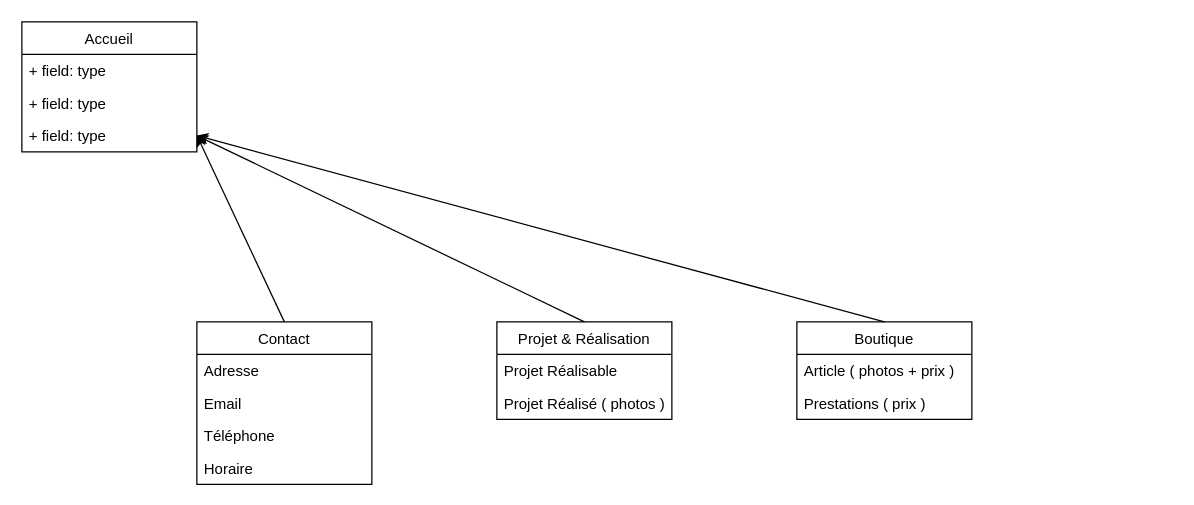
Above: plan_site.drawio in Harsisis/Auddino_pool_website (draw.io), before the change. Source tidied: cells renumbered, new cells numbered last; positions are measured from the earlier drawing's top-left corner, leaving out a move shared by most shapes. Both pictures are drawn from the tidied source at 125%, with x=0, y=0 at pixel (21, 21).
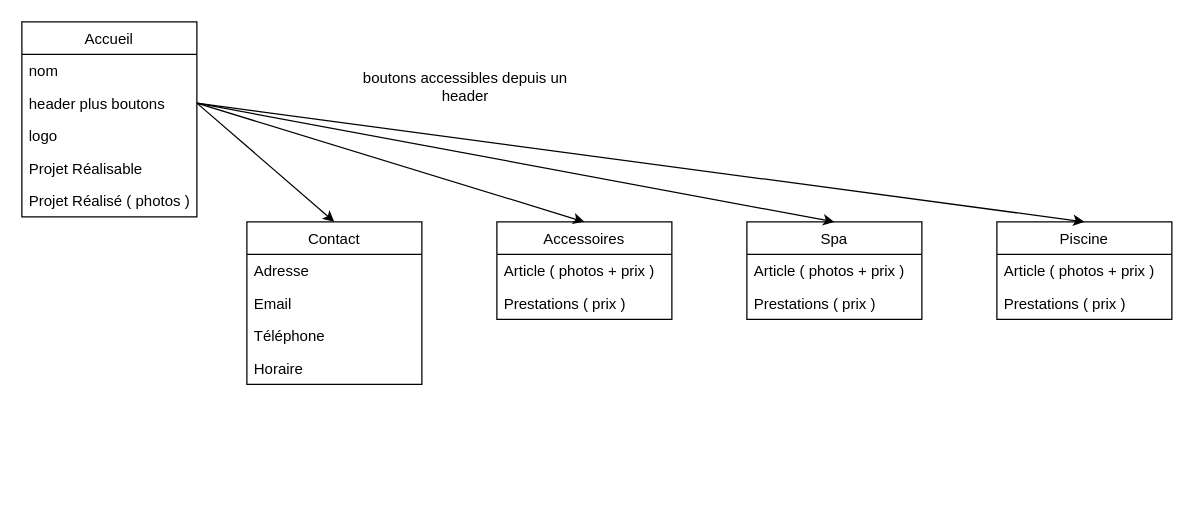
Above is the later version.

The edit, as a diff of the source:
```diff
@@
-    <mxCell id="2" style="endArrow=classic;html=1;exitX=0.5;exitY=0;exitDx=0;exitDy=0;entryX=1;entryY=0.5;entryDx=0;entryDy=0;" parent="1" edge="1" source="9" target="8">
+    <mxCell id="2" style="endArrow=classic;html=1;entryX=0.5;entryY=0;entryDx=0;entryDy=0;exitX=1;exitY=0.5;exitDx=0;exitDy=0;" parent="1" edge="1" source="8" target="9">
       <mxGeometry relative="1" as="geometry" />
     </mxCell>
-    <mxCell id="3" style="endArrow=classic;html=1;exitX=0.5;exitY=0;exitDx=0;exitDy=0;entryX=1;entryY=0.5;entryDx=0;entryDy=0;" parent="1" edge="1" source="14" target="8">
-      <mxGeometry relative="1" as="geometry" />
-    </mxCell>
-    <mxCell id="4" style="endArrow=classic;html=1;exitX=0.5;exitY=0;exitDx=0;exitDy=0;entryX=1;entryY=0.5;entryDx=0;entryDy=0;" parent="1" edge="1" source="17" target="8">
+    <mxCell id="4" style="endArrow=classic;html=1;exitX=1;exitY=0.5;exitDx=0;exitDy=0;entryX=0.5;entryY=0;entryDx=0;entryDy=0;" parent="1" edge="1" source="8" target="17">
       <mxGeometry relative="1" as="geometry" />
     </mxCell>
     <mxCell id="5" value="Accueil" style="swimlane;fontStyle=0;horizontal=1;startSize=26;fillColor=none;" parent="1" vertex="1">
-      <mxGeometry width="140" height="104" as="geometry" />
+      <mxGeometry width="140" height="156" as="geometry" />
     </mxCell>
-    <mxCell id="6" value="+ field: type" style="text;strokeColor=none;fillColor=none;align=left;verticalAlign=top;spacingLeft=4;spacingRight=4;overflow=hidden;" parent="5" vertex="1">
+    <mxCell id="6" value="nom" style="text;strokeColor=none;fillColor=none;align=left;verticalAlign=top;spacingLeft=4;spacingRight=4;overflow=hidden;" parent="5" vertex="1">
       <mxGeometry y="26" width="140" height="26" as="geometry" />
     </mxCell>
+    <mxCell id="8" value="header plus boutons" style="text;strokeColor=none;fillColor=none;align=left;verticalAlign=top;spacingLeft=4;spacingRight=4;overflow=hidden;points=[[0,0.5],[1,0.5]];portConstraint=eastwest;" parent="5" vertex="1">
+      <mxGeometry y="52" width="140" height="26" as="geometry" />
+    </mxCell>
-    <mxCell id="7" value="+ field: type" style="text;strokeColor=none;fillColor=none;align=left;verticalAlign=top;spacingLeft=4;spacingRight=4;overflow=hidden;" parent="5" vertex="1">
-      <mxGeometry y="52" width="140" height="26" as="geometry" />
+    <mxCell id="7" value="logo" style="text;strokeColor=none;fillColor=none;align=left;verticalAlign=top;spacingLeft=4;spacingRight=4;overflow=hidden;" parent="5" vertex="1">
+      <mxGeometry y="78" width="140" height="26" as="geometry" />
     </mxCell>
-    <mxCell id="8" value="+ field: type" style="text;strokeColor=none;fillColor=none;align=left;verticalAlign=top;spacingLeft=4;spacingRight=4;overflow=hidden;points=[[0,0.5],[1,0.5]];portConstraint=eastwest;" parent="5" vertex="1">
-      <mxGeometry y="78" width="140" height="26" as="geometry" />
-    </mxCell>
+    <mxCell id="15" value="Projet Réalisable" style="text;strokeColor=none;fillColor=none;align=left;verticalAlign=top;spacingLeft=4;spacingRight=4;overflow=hidden;" parent="5" vertex="1">
+      <mxGeometry y="104" width="140" height="26" as="geometry" />
+    </mxCell>
+    <mxCell id="16" value="Projet Réalisé ( photos )" style="text;strokeColor=none;fillColor=none;align=left;verticalAlign=top;spacingLeft=4;spacingRight=4;overflow=hidden;" parent="5" vertex="1">
+      <mxGeometry y="130" width="140" height="26" as="geometry" />
+    </mxCell>
+    <mxCell id="20" value="boutons accessibles depuis un header" style="text;html=1;strokeColor=none;fillColor=none;align=center;verticalAlign=middle;whiteSpace=wrap;rounded=0;" parent="1" vertex="1">
+      <mxGeometry x="260" y="40" width="190" height="24" as="geometry" />
+    </mxCell>
     <mxCell id="9" value="Contact" style="swimlane;fontStyle=0;horizontal=1;startSize=26;fillColor=none;" parent="1" vertex="1">
-      <mxGeometry x="140" y="240" width="140" height="130" as="geometry" />
+      <mxGeometry x="180" y="160" width="140" height="130" as="geometry" />
     </mxCell>
@@
-    <mxCell id="14" value="Projet &amp; Réalisation" style="swimlane;fontStyle=0;horizontal=1;startSize=26;fillColor=none;" parent="1" vertex="1">
-      <mxGeometry x="380" y="240" width="140" height="78" as="geometry" />
-    </mxCell>
-    <mxCell id="15" value="Projet Réalisable" style="text;strokeColor=none;fillColor=none;align=left;verticalAlign=top;spacingLeft=4;spacingRight=4;overflow=hidden;" parent="14" vertex="1">
-      <mxGeometry y="26" width="140" height="26" as="geometry" />
-    </mxCell>
-    <mxCell id="16" value="Projet Réalisé ( photos )" style="text;strokeColor=none;fillColor=none;align=left;verticalAlign=top;spacingLeft=4;spacingRight=4;overflow=hidden;" parent="14" vertex="1">
-      <mxGeometry y="52" width="140" height="26" as="geometry" />
-    </mxCell>
+    <mxCell id="21" value="Spa" style="swimlane;fontStyle=0;horizontal=1;startSize=26;fillColor=none;" parent="1" vertex="1">
+      <mxGeometry x="580" y="160" width="140" height="78" as="geometry" />
+    </mxCell>
+    <mxCell id="22" value="Article ( photos + prix )" style="text;strokeColor=none;fillColor=none;align=left;verticalAlign=top;spacingLeft=4;spacingRight=4;overflow=hidden;" parent="21" vertex="1">
+      <mxGeometry y="26" width="140" height="26" as="geometry" />
+    </mxCell>
+    <mxCell id="23" value="Prestations ( prix )" style="text;strokeColor=none;fillColor=none;align=left;verticalAlign=top;spacingLeft=4;spacingRight=4;overflow=hidden;" parent="21" vertex="1">
+      <mxGeometry y="52" width="140" height="26" as="geometry" />
+    </mxCell>
-    <mxCell id="17" value="Boutique" style="swimlane;fontStyle=0;horizontal=1;startSize=26;fillColor=none;" parent="1" vertex="1">
-      <mxGeometry x="620" y="240" width="140" height="78" as="geometry" />
+    <mxCell id="17" value="Accessoires" style="swimlane;fontStyle=0;horizontal=1;startSize=26;fillColor=none;" parent="1" vertex="1">
+      <mxGeometry x="380" y="160" width="140" height="78" as="geometry" />
     </mxCell>
@@
+    <mxCell id="24" value="Piscine" style="swimlane;fontStyle=0;horizontal=1;startSize=26;fillColor=none;" parent="1" vertex="1">
+      <mxGeometry x="780" y="160" width="140" height="78" as="geometry" />
+    </mxCell>
+    <mxCell id="25" value="Article ( photos + prix )" style="text;strokeColor=none;fillColor=none;align=left;verticalAlign=top;spacingLeft=4;spacingRight=4;overflow=hidden;" parent="24" vertex="1">
+      <mxGeometry y="26" width="140" height="26" as="geometry" />
+    </mxCell>
+    <mxCell id="26" value="Prestations ( prix )" style="text;strokeColor=none;fillColor=none;align=left;verticalAlign=top;spacingLeft=4;spacingRight=4;overflow=hidden;" parent="24" vertex="1">
+      <mxGeometry y="52" width="140" height="26" as="geometry" />
+    </mxCell>
+    <mxCell id="27" style="endArrow=classic;html=1;exitX=1;exitY=0.5;exitDx=0;exitDy=0;entryX=0.5;entryY=0;entryDx=0;entryDy=0;" parent="1" edge="1" source="8" target="21">
+      <mxGeometry relative="1" as="geometry" />
+    </mxCell>
+    <mxCell id="28" style="endArrow=classic;html=1;exitX=1;exitY=0.5;exitDx=0;exitDy=0;entryX=0.5;entryY=0;entryDx=0;entryDy=0;" parent="1" edge="1" source="8" target="24">
+      <mxGeometry relative="1" as="geometry" />
+    </mxCell>
```
